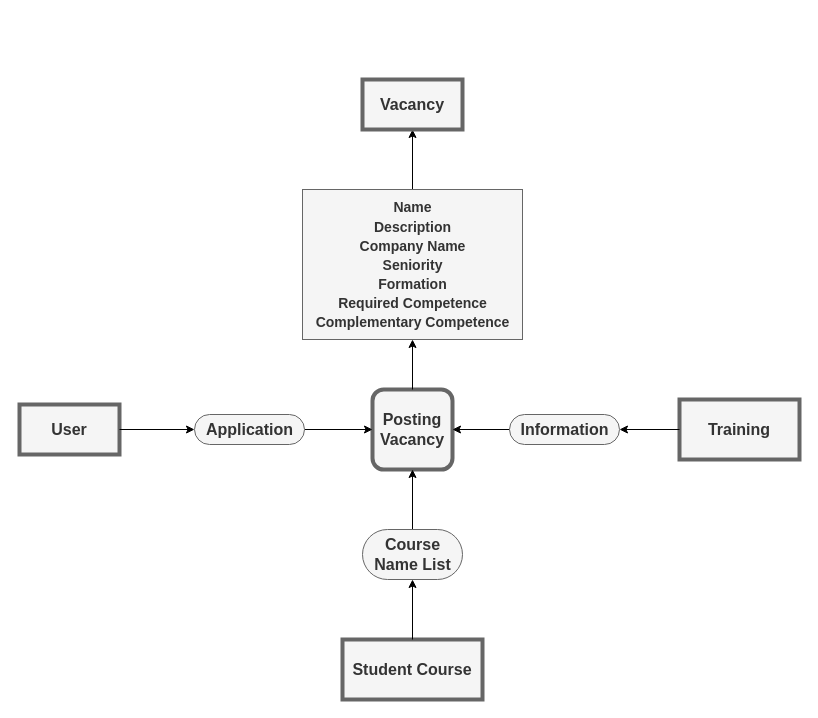
MaroTequi/FlightCompany keeps this draw.io diagram as page "Intermediate - Data Flow Dyagram" (4 of 5) of FlightCompany Example.drawio. Above is the earlier version. Source tidied: cells renumbered, new cells numbered last; positions are measured from the earlier drawing's top-left corner, leaving out a move shared by most shapes. Both pictures are drawn from the tidied source at 100%, with x=0, y=0 at pixel (19, 79).
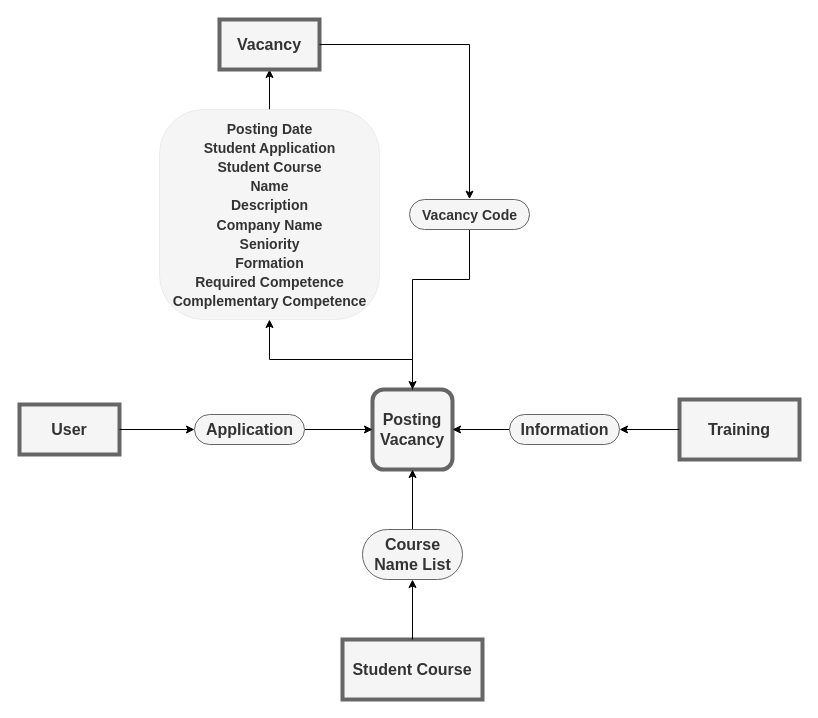
The same diagram, later.

Commit message:
Finishing DFD Basic Leasons

Unchanged cells that the change refers to:
```xml
<mxCell id="3" value="Posting Vacancy" style="html=1;dashed=0;whiteSpace=wrap;fillColor=#f5f5f5;strokeColor=#666666;fontColor=#333333;rounded=1;arcSize=14;strokeWidth=4;fontStyle=1;fontSize=16;" parent="1" vertex="1">
  <mxGeometry x="353" y="310" width="80" height="80" as="geometry" />
</mxCell>
```

Diff of the diagram source:
```diff
@@
     <mxCell id="5" value="Vacancy" style="html=1;dashed=0;whiteSpace=wrap;rounded=0;strokeColor=#666666;strokeWidth=4;fontFamily=Helvetica;fontSize=16;fontColor=#333333;fillColor=#f5f5f5;arcSize=0;fontStyle=1;" parent="1" vertex="1">
-      <mxGeometry x="343" width="100" height="50" as="geometry" />
+      <mxGeometry x="200" y="-60" width="100" height="50" as="geometry" />
     </mxCell>
@@
-    <mxCell id="17" style="edgeStyle=none;shape=connector;rounded=0;jettySize=auto;html=1;entryX=0.5;entryY=1;entryDx=0;entryDy=0;labelBackgroundColor=default;strokeColor=default;fontFamily=Helvetica;fontSize=16;fontColor=#333333;endArrow=classic;" parent="1" edge="1" source="3" target="18">
-      <mxGeometry relative="1" as="geometry" />
+    <mxCell id="17" style="edgeStyle=none;shape=connector;rounded=0;jettySize=auto;html=1;entryX=0.5;entryY=1;entryDx=0;entryDy=0;labelBackgroundColor=default;strokeColor=default;fontFamily=Helvetica;fontSize=16;fontColor=#333333;endArrow=classic;exitX=0.5;exitY=0;exitDx=0;exitDy=0;" parent="1" edge="1" source="3" target="18">
+      <mxGeometry relative="1" as="geometry">
+        <Array as="points">
+          <mxPoint x="393" y="280" />
+          <mxPoint x="250" y="280" />
+        </Array>
+      </mxGeometry>
     </mxCell>
-    <mxCell id="18" value="&lt;font style=&quot;font-size: 14px;&quot;&gt;Name&lt;br&gt;Description&lt;br&gt;Company Name&lt;br&gt;Seniority&lt;br&gt;Formation&lt;br&gt;Required Competence&lt;br&gt;Complementary Competence&lt;/font&gt;" style="text;html=1;align=center;verticalAlign=middle;points=[];strokeColor=#666666;fillColor=#f5f5f5;fontStyle=1;fontSize=16;fontColor=#333333;rounded=1;arcSize=0;" parent="1" vertex="1">
-      <mxGeometry x="283" y="110" width="220" height="150" as="geometry" />
+    <mxCell id="18" value="&lt;font style=&quot;font-size: 14px;&quot;&gt;Posting Date&lt;br&gt;Student Application&lt;br&gt;Student Course&lt;br&gt;Name&lt;br&gt;Description&lt;br&gt;Company Name&lt;br&gt;Seniority&lt;br&gt;Formation&lt;br&gt;Required Competence&lt;br&gt;Complementary Competence&lt;/font&gt;" style="text;html=1;align=center;verticalAlign=middle;points=[];strokeColor=#666666;fillColor=#f5f5f5;fontStyle=1;fontSize=16;fontColor=#333333;rounded=1;arcSize=21;strokeWidth=0;" parent="1" vertex="1">
+      <mxGeometry x="140" y="30" width="220" height="210" as="geometry" />
     </mxCell>
+    <mxCell id="19" style="edgeStyle=none;shape=connector;rounded=0;jettySize=auto;html=1;entryX=0.5;entryY=-0.011;entryDx=0;entryDy=0;labelBackgroundColor=default;strokeColor=default;fontFamily=Helvetica;fontSize=16;fontColor=#333333;endArrow=classic;entryPerimeter=0;" parent="1" edge="1" source="5" target="21">
+      <mxGeometry relative="1" as="geometry">
+        <Array as="points">
+          <mxPoint x="450" y="-35" />
+        </Array>
+      </mxGeometry>
+    </mxCell>
+    <mxCell id="20" style="edgeStyle=none;shape=connector;rounded=0;jettySize=auto;html=1;entryX=0.5;entryY=0;entryDx=0;entryDy=0;labelBackgroundColor=default;strokeColor=default;fontFamily=Helvetica;fontSize=16;fontColor=#333333;endArrow=classic;" parent="1" edge="1" source="21" target="3">
+      <mxGeometry relative="1" as="geometry">
+        <Array as="points">
+          <mxPoint x="450" y="200" />
+          <mxPoint x="393" y="200" />
+        </Array>
+      </mxGeometry>
+    </mxCell>
+    <mxCell id="21" value="&lt;span style=&quot;font-size: 14px;&quot;&gt;Vacancy Code&lt;br&gt;&lt;/span&gt;" style="text;html=1;align=center;verticalAlign=middle;points=[];strokeColor=#666666;fillColor=#f5f5f5;fontStyle=1;fontSize=16;fontColor=#333333;rounded=1;arcSize=50;" parent="1" vertex="1">
+      <mxGeometry x="390" y="120" width="120" height="30" as="geometry" />
+    </mxCell>
```
